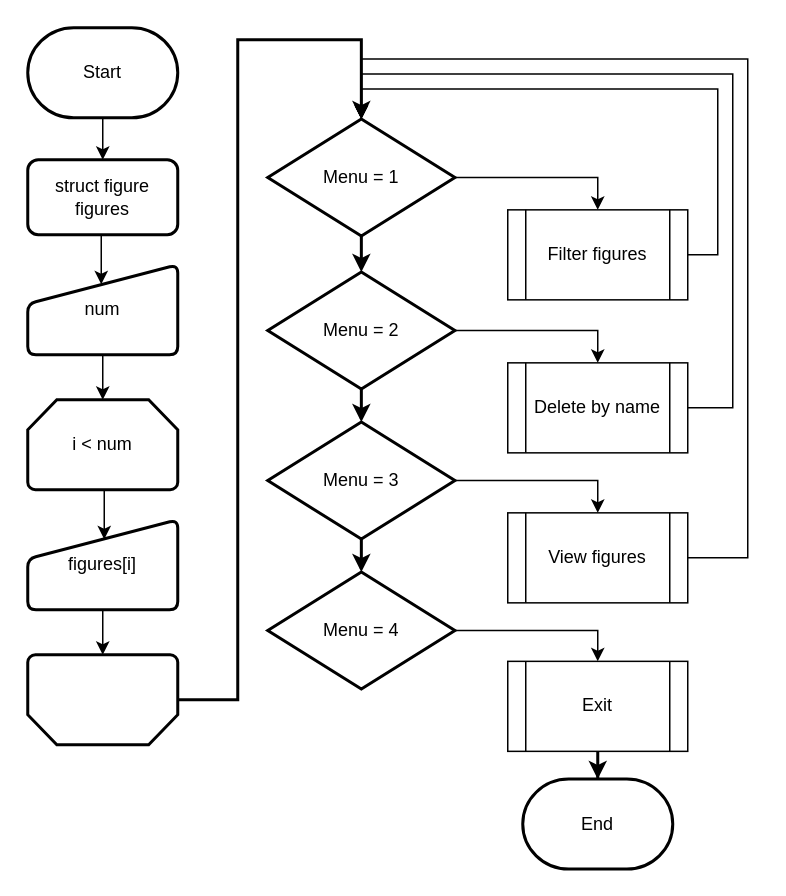
Above: page "1_2" (2 of 2) of Semester_2/LAB1/LAB1.drawio in heycarl/BSUIR_OAIP (draw.io), before the change. Source tidied: cells renumbered, new cells numbered last; positions are measured from the earlier drawing's top-left corner, leaving out a move shared by most shapes. Both pictures are drawn from the tidied source at 150%, with x=0, y=0 at pixel (27, 27).
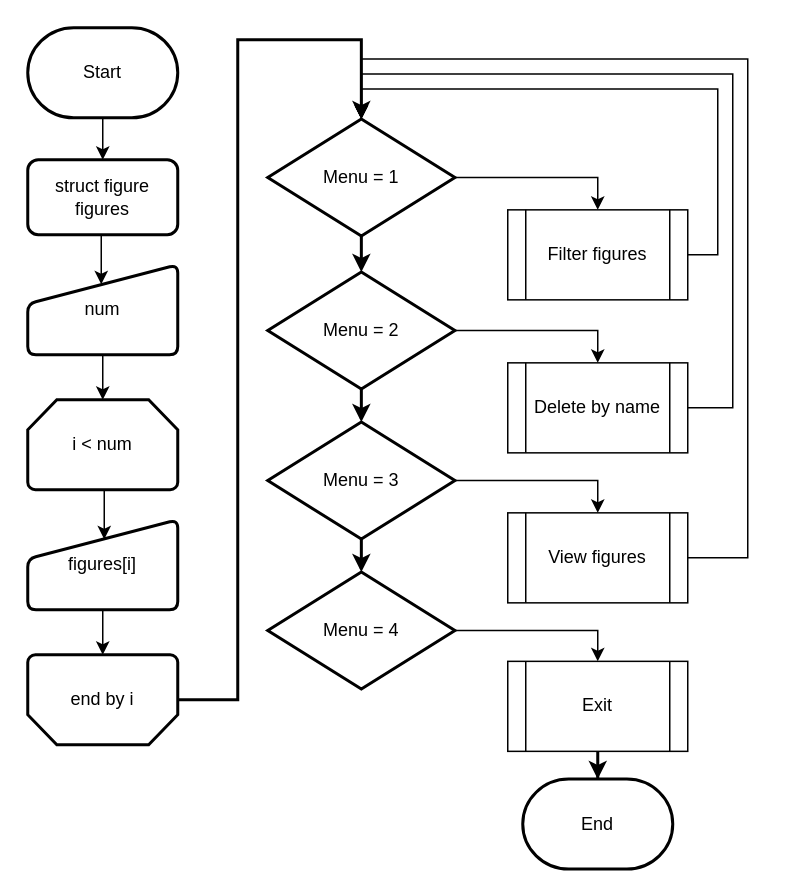
The same diagram, later.

Change to the diagram source:
```diff
@@
-    <mxCell id="12" style="strokeWidth=2;html=1;shape=mxgraph.flowchart.loop_limit;whiteSpace=wrap;direction=west;" parent="1" vertex="1">
+    <mxCell id="12" value="end by i" style="strokeWidth=2;html=1;shape=mxgraph.flowchart.loop_limit;whiteSpace=wrap;direction=west;" parent="1" vertex="1">
       <mxGeometry y="418" width="100" height="60" as="geometry" />
     </mxCell>
```
